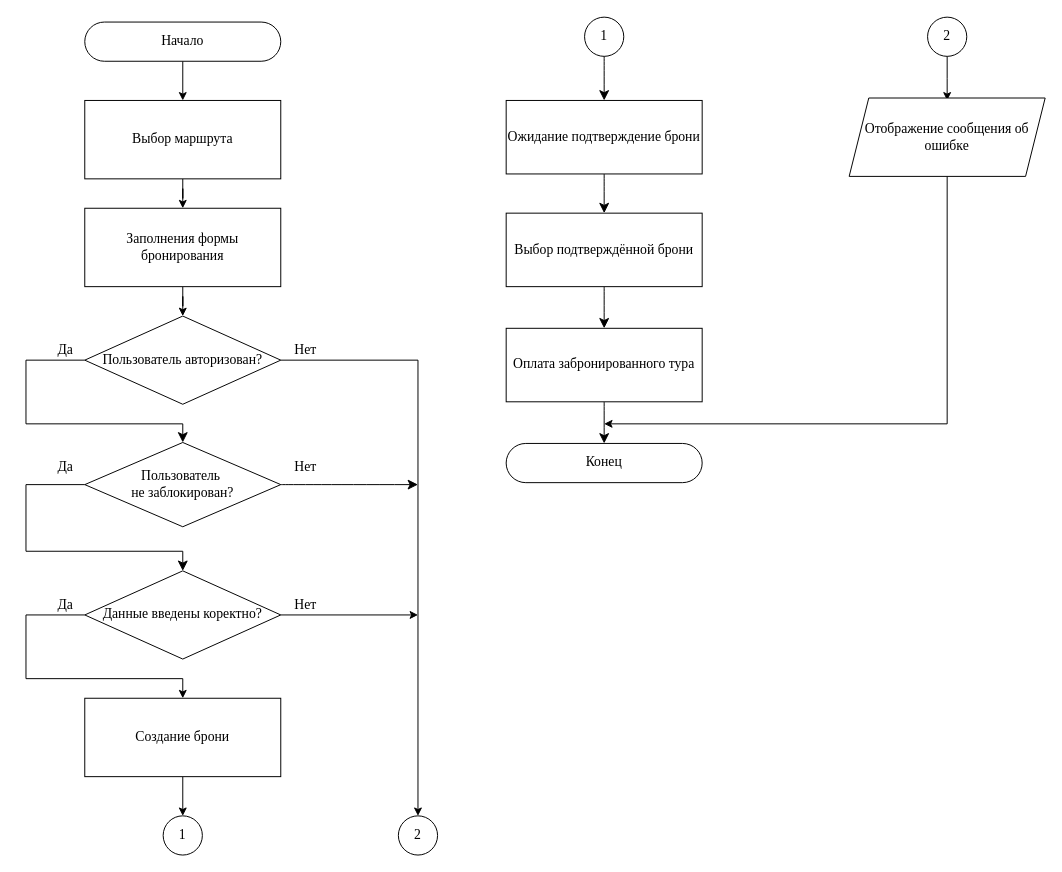
The draw.io diagram Документы на диплом/Графическая часть/drawio/блок-схема.drawio in IlyhaDmi28/WorldTours, before the edit. Source tidied: cells renumbered, new cells numbered last; positions are measured from the earlier drawing's top-left corner, leaving out a move shared by most shapes. Both pictures are drawn from the tidied source at 98%, with x=0, y=0 at pixel (25, 17).
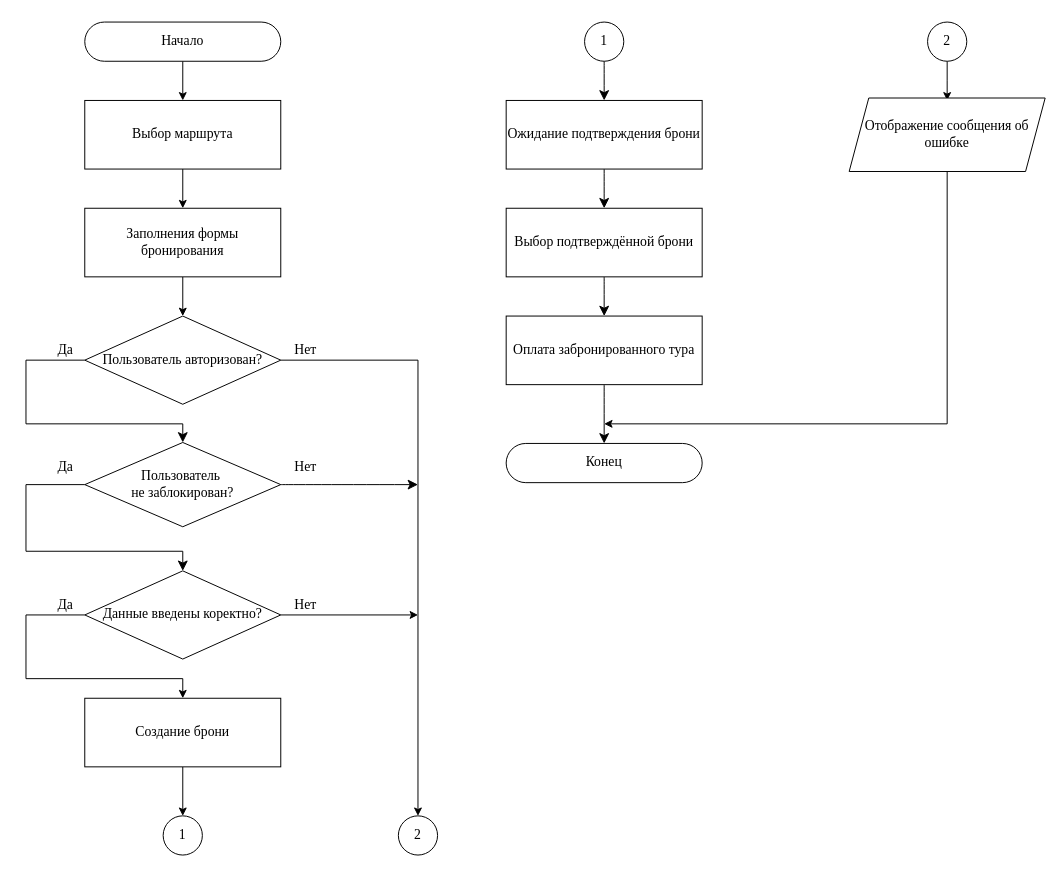
The same page after the edit.

What changed in the source:
```diff
@@
     <mxCell id="6" value="Выбор маршрута" style="rounded=0;whiteSpace=wrap;html=1;fontFamily=Times New Roman;fontSize=14;" parent="1" vertex="1">
-      <mxGeometry x="60" y="85" width="200" height="80" as="geometry" />
+      <mxGeometry x="60" y="85" width="200" height="70" as="geometry" />
     </mxCell>
@@
     <mxCell id="10" value="Создание брони" style="rounded=0;whiteSpace=wrap;html=1;fontFamily=Times New Roman;fontSize=14;" parent="1" vertex="1">
-      <mxGeometry x="60" y="695" width="200" height="80" as="geometry" />
+      <mxGeometry x="60" y="695" width="200" height="70" as="geometry" />
     </mxCell>
@@
     <mxCell id="16" value="1" style="ellipse;whiteSpace=wrap;html=1;fontFamily=Times New Roman;fontSize=14;" parent="1" vertex="1">
-      <mxGeometry x="570" width="40" height="40" as="geometry" />
+      <mxGeometry x="570" y="5" width="40" height="40" as="geometry" />
     </mxCell>
@@
     <mxCell id="19" value="2" style="ellipse;whiteSpace=wrap;html=1;fontFamily=Times New Roman;fontSize=14;" parent="1" vertex="1">
-      <mxGeometry x="920" width="40" height="40" as="geometry" />
+      <mxGeometry x="920" y="5" width="40" height="40" as="geometry" />
     </mxCell>
@@
     <mxCell id="21" value="Заполнения формы бронирования" style="rounded=0;whiteSpace=wrap;html=1;fontFamily=Times New Roman;fontSize=14;" parent="1" vertex="1">
-      <mxGeometry x="60" y="195" width="200" height="80" as="geometry" />
+      <mxGeometry x="60" y="195" width="200" height="70" as="geometry" />
     </mxCell>
@@
-    <mxCell id="28" value="Ожидание подтверждение брони" style="rounded=0;whiteSpace=wrap;html=1;fontFamily=Times New Roman;fontSize=14;" parent="1" vertex="1">
-      <mxGeometry x="490" y="85" width="200" height="75" as="geometry" />
+    <mxCell id="28" value="Ожидание подтверждения брони" style="rounded=0;whiteSpace=wrap;html=1;fontFamily=Times New Roman;fontSize=14;" parent="1" vertex="1">
+      <mxGeometry x="490" y="85" width="200" height="70" as="geometry" />
     </mxCell>
@@
     <mxCell id="30" value="Выбор подтверждённой брони" style="rounded=0;whiteSpace=wrap;html=1;fontFamily=Times New Roman;fontSize=14;" parent="1" vertex="1">
-      <mxGeometry x="490" y="200" width="200" height="75" as="geometry" />
+      <mxGeometry x="490" y="195" width="200" height="70" as="geometry" />
     </mxCell>
@@
     <mxCell id="32" value="Оплата забронированного тура" style="rounded=0;whiteSpace=wrap;html=1;fontFamily=Times New Roman;fontSize=14;" parent="1" vertex="1">
-      <mxGeometry x="490" y="317.5" width="200" height="75" as="geometry" />
+      <mxGeometry x="490" y="305" width="200" height="70" as="geometry" />
     </mxCell>
@@
     <mxCell id="39" value="&lt;span style=&quot;font-family: &amp;quot;Times New Roman&amp;quot;; font-size: 14px;&quot;&gt;Отображение сообщения об ошибке&lt;/span&gt;" style="shape=parallelogram;perimeter=parallelogramPerimeter;whiteSpace=wrap;html=1;fixedSize=1;" parent="1" vertex="1">
-      <mxGeometry x="840" y="82.5" width="200" height="80" as="geometry" />
+      <mxGeometry x="840" y="82.5" width="200" height="75" as="geometry" />
     </mxCell>
```
